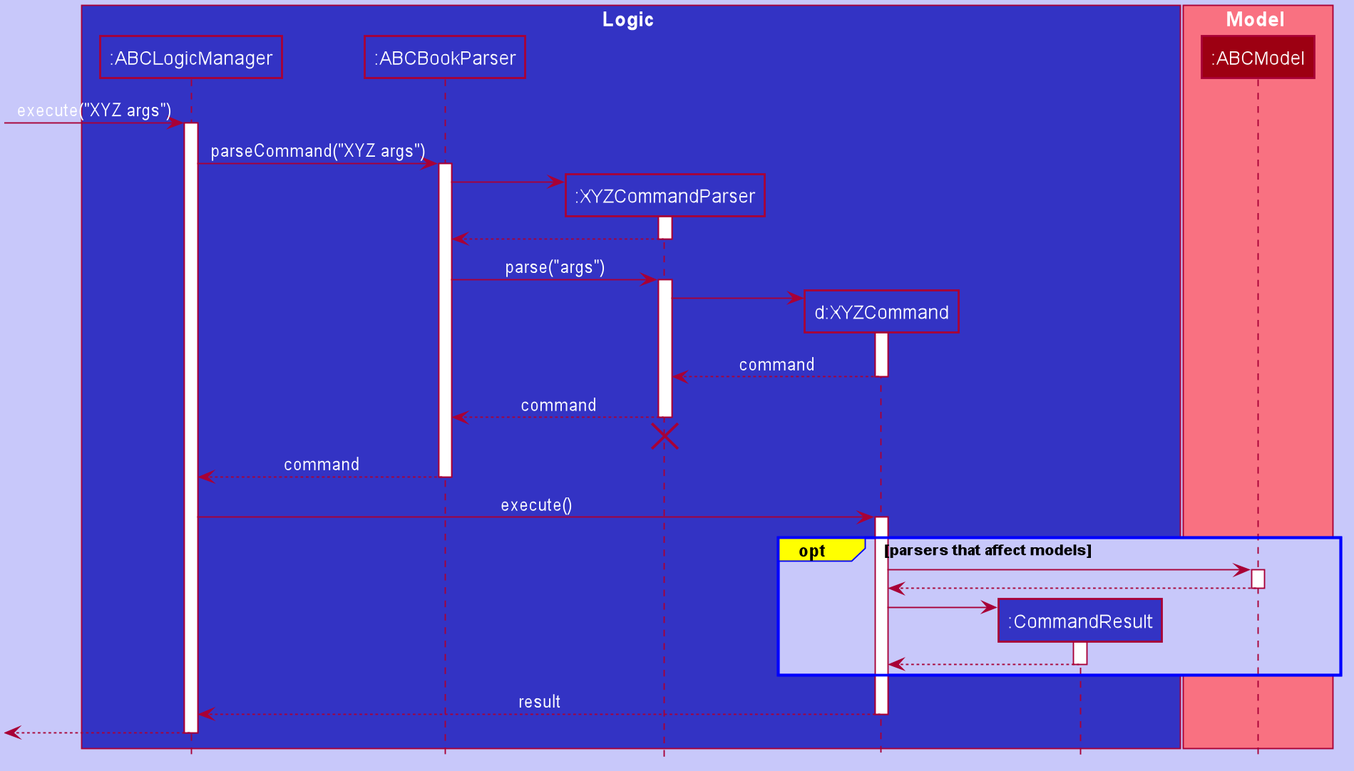
This is docs/images/CommandSequenceDiagram.png from shadowezz/Productiv, a PlantUML export, as it was before one commit.
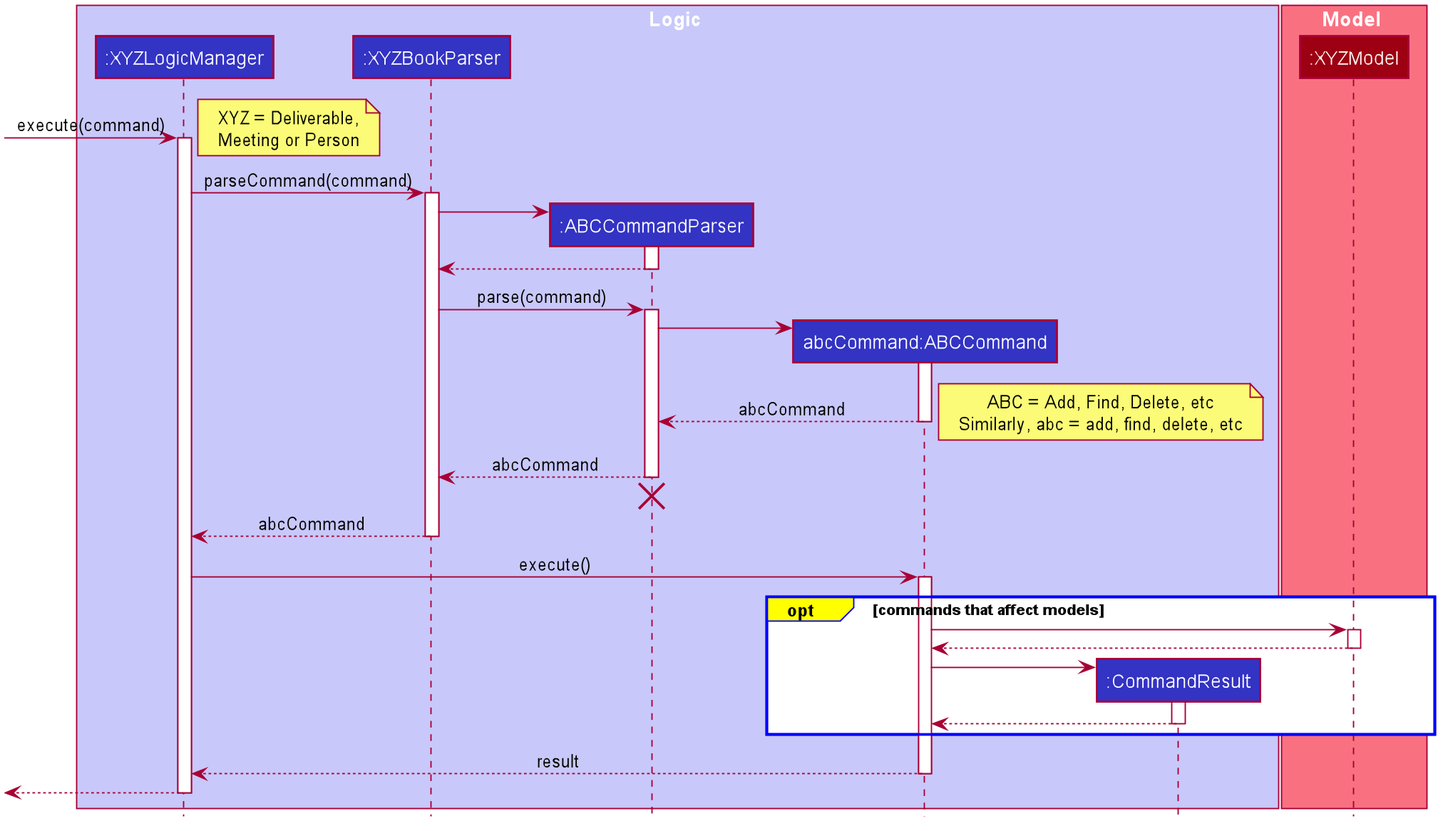
The same file after the commit.

The edit, as a diff of the source:
```diff
@@ -50,77 +50,87 @@
 
 scale 1.5
 
-skinparam BackgroundColor #C8C8FA
-skinparam ArrowFontColor #FFFFF
 
-box Logic #3333C4
-participant ":ABCLogicManager" as ABCLogicManager #3333C4
-participant ":ABCBookParser" as ABCBookParser #3333C4
-participant ":XYZCommandParser" as XYZCommandParser #3333C4
-participant "d:XYZCommand" as XYZCommand #3333C4
+box Logic #C8C8FA
+participant ":XYZLogicManager" as XYZLogicManager #3333C4
+participant ":XYZBookParser" as XYZBookParser #3333C4
+participant ":ABCCommandParser" as ABCCommandParser #3333C4
+participant "abcCommand:ABCCommand" as ABCCommand #3333C4
 participant ":CommandResult" as CommandResult #3333C4
+
 end box
 
 box Model #F97181
-participant ":ABCModel" as ABCModel #9D0012
+participant ":XYZModel" as XYZModel #9D0012
 end box
 
-[-> ABCLogicManager : execute("XYZ args")
-activate ABCLogicManager
+[-> XYZLogicManager : execute(command)
+activate XYZLogicManager
 
-ABCLogicManager -> ABCBookParser : parseCommand("XYZ args")
-activate ABCBookParser
+note left
+XYZ = Deliverable,
+Meeting or Person
+end note
 
-create XYZCommandParser
-ABCBookParser -> XYZCommandParser
-activate XYZCommandParser
+XYZLogicManager -> XYZBookParser : parseCommand(command)
+activate XYZBookParser
 
-XYZCommandParser --> ABCBookParser
-deactivate XYZCommandParser
+create ABCCommandParser
+XYZBookParser -> ABCCommandParser
+activate ABCCommandParser
 
-ABCBookParser -> XYZCommandParser : parse("args")
-activate XYZCommandParser
+ABCCommandParser --> XYZBookParser
+deactivate ABCCommandParser
 
-create XYZCommand
-XYZCommandParser -> XYZCommand
-activate XYZCommand
+XYZBookParser -> ABCCommandParser : parse(command)
+activate ABCCommandParser
 
-XYZCommand --> XYZCommandParser : command
-deactivate XYZCommand
+create ABCCommand
+ABCCommandParser -> ABCCommand
+activate ABCCommand
 
-XYZCommandParser --> ABCBookParser : command
-deactivate XYZCommandParser
-XYZCommandParser -[hidden]-> ABCBookParser
-destroy XYZCommandParser
 
-ABCBookParser --> ABCLogicManager : command
-deactivate ABCBookParser
+ABCCommand --> ABCCommandParser : abcCommand
+deactivate ABCCommand
+note right
+ABC = Add, Find, Delete, etc
+Similarly, abc = add, find, delete, etc
+end note
 
-ABCLogicManager -> XYZCommand : execute()
-activate XYZCommand
+ABCCommandParser --> XYZBookParser : abcCommand
+deactivate ABCCommandParser
+ABCCommandParser -[hidden]-> XYZBookParser
+destroy ABCCommandParser
+
+XYZBookParser --> XYZLogicManager : abcCommand
+deactivate XYZBookParser
+
+XYZLogicManager -> ABCCommand : execute()
+activate ABCCommand
 
 skinparam sequenceGroupBackgroundColor yellow
 skinparam sequenceGroupBorderColor blue
 
-opt parsers that affect models
+opt commands that affect models
 
-    XYZCommand -> ABCModel
-    activate ABCModel
+    ABCCommand -> XYZModel
+    activate XYZModel
 
-    ABCModel --> XYZCommand
-    deactivate ABCModel
+    XYZModel --> ABCCommand
+    deactivate XYZModel
 
     create CommandResult
-    XYZCommand -> CommandResult
+    ABCCommand -> CommandResult
     activate CommandResult
 
-    CommandResult --> XYZCommand
+    CommandResult --> ABCCommand
     deactivate CommandResult
 end
 
-XYZCommand --> ABCLogicManager : result
-deactivate XYZCommand
+ABCCommand --> XYZLogicManager : result
+deactivate ABCCommand
 
-[<--ABCLogicManager
-deactivate ABCLogicManager
+[<--XYZLogicManager
+deactivate XYZLogicManager
+
 @enduml
```
